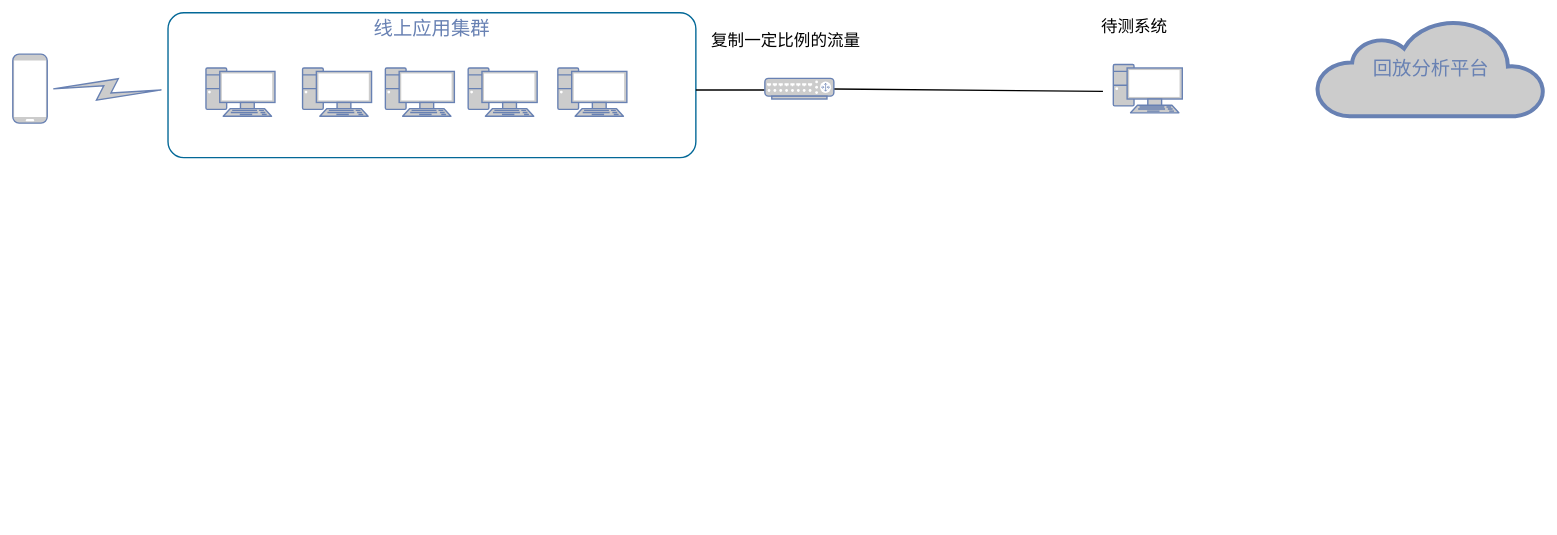
The draw.io diagram page "Page-2" (2 of 2) of Untitled Diagram.drawio in searchbb/searchbb.github.io, before the edit. Source tidied: cells renumbered, new cells numbered last; positions are measured from the earlier drawing's top-left corner, leaving out a move shared by most shapes. Both pictures are drawn from the tidied source at 69%, with x=0, y=0 at pixel (12, 12).
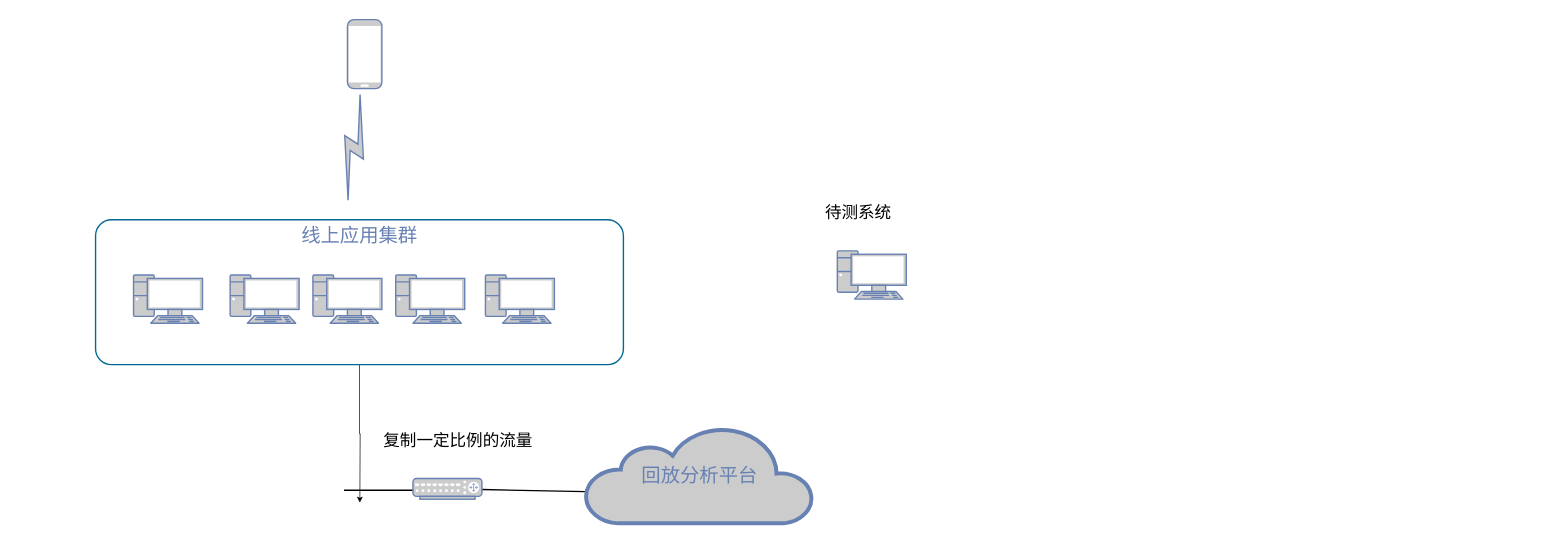
The same page after the edit.

Diff of the diagram source:
```diff
@@
+    <mxCell id="17" style="edgeStyle=orthogonalEdgeStyle;rounded=0;jettySize=auto;html=1;" parent="1" edge="1" source="2">
+      <mxGeometry relative="1" as="geometry">
+        <mxPoint x="503" y="710" as="targetPoint" />
+      </mxGeometry>
+    </mxCell>
     <mxCell id="2" value="线上应用集群" style="rounded=1;whiteSpace=wrap;html=1;shadow=0;comic=0;strokeColor=#036897;strokeWidth=2;fillColor=none;fontFamily=Verdana;fontSize=28;fontColor=#6881B3;align=center;arcSize=11;verticalAlign=top;" parent="1" vertex="1">
-      <mxGeometry x="225" width="765" height="210" as="geometry" />
+      <mxGeometry x="120" y="300" width="765" height="210" as="geometry" />
     </mxCell>
     <mxCell id="3" style="edgeStyle=orthogonalEdgeStyle;html=1;labelBackgroundColor=none;endArrow=none;endFill=0;strokeWidth=2;fontFamily=Verdana;fontSize=15;fontColor=#036897;" parent="1" edge="1" target="5">
       <mxGeometry relative="1" as="geometry">
-        <mxPoint x="990" y="112" as="sourcePoint" />
+        <mxPoint x="480" y="692" as="sourcePoint" />
         <Array as="points">
-          <mxPoint x="1040" y="112" />
-          <mxPoint x="1040" y="112" />
+          <mxPoint x="530" y="692" />
+          <mxPoint x="530" y="692" />
         </Array>
       </mxGeometry>
     </mxCell>
     <mxCell id="4" style="edgeStyle=none;html=1;labelBackgroundColor=none;endArrow=none;endFill=0;strokeWidth=2;fontFamily=Verdana;fontSize=15;fontColor=#036897;" parent="1" edge="1" source="5">
       <mxGeometry relative="1" as="geometry">
-        <mxPoint x="1580" y="114" as="targetPoint" />
+        <mxPoint x="830" y="694" as="targetPoint" />
       </mxGeometry>
     </mxCell>
     <mxCell id="5" style="fontColor=#0066CC;verticalAlign=top;verticalLabelPosition=bottom;labelPosition=center;align=center;html=1;fillColor=#CCCCCC;strokeColor=#6881B3;gradientColor=none;gradientDirection=north;strokeWidth=2;shape=mxgraph.networks.router;rounded=0;shadow=0;comic=0;" parent="1" vertex="1">
-      <mxGeometry x="1090" y="95" width="100" height="30" as="geometry" />
+      <mxGeometry x="580" y="675" width="100" height="30" as="geometry" />
     </mxCell>
     <mxCell id="6" style="fontColor=#0066CC;verticalAlign=top;verticalLabelPosition=bottom;labelPosition=center;align=center;html=1;fillColor=#CCCCCC;strokeColor=#6881B3;gradientColor=none;gradientDirection=north;strokeWidth=2;shape=mxgraph.networks.pc;rounded=0;shadow=0;comic=0;" parent="1" vertex="1">
-      <mxGeometry x="280" y="80" width="100" height="70" as="geometry" />
+      <mxGeometry x="175" y="380" width="100" height="70" as="geometry" />
     </mxCell>
     <mxCell id="7" style="fontColor=#0066CC;verticalAlign=top;verticalLabelPosition=bottom;labelPosition=center;align=center;html=1;fillColor=#CCCCCC;strokeColor=#6881B3;gradientColor=none;gradientDirection=north;strokeWidth=2;shape=mxgraph.networks.pc;rounded=0;shadow=0;comic=0;" parent="1" vertex="1">
-      <mxGeometry x="420" y="80" width="100" height="70" as="geometry" />
+      <mxGeometry x="315" y="380" width="100" height="70" as="geometry" />
     </mxCell>
     <mxCell id="8" style="fontColor=#0066CC;verticalAlign=top;verticalLabelPosition=bottom;labelPosition=center;align=center;html=1;fillColor=#CCCCCC;strokeColor=#6881B3;gradientColor=none;gradientDirection=north;strokeWidth=2;shape=mxgraph.networks.pc;rounded=0;shadow=0;comic=0;" parent="1" vertex="1">
-      <mxGeometry x="540" y="80" width="100" height="70" as="geometry" />
+      <mxGeometry x="435" y="380" width="100" height="70" as="geometry" />
     </mxCell>
     <mxCell id="9" style="fontColor=#0066CC;verticalAlign=top;verticalLabelPosition=bottom;labelPosition=center;align=center;html=1;fillColor=#CCCCCC;strokeColor=#6881B3;gradientColor=none;gradientDirection=north;strokeWidth=2;shape=mxgraph.networks.pc;rounded=0;shadow=0;comic=0;" parent="1" vertex="1">
-      <mxGeometry x="660" y="80" width="100" height="70" as="geometry" />
+      <mxGeometry x="555" y="380" width="100" height="70" as="geometry" />
     </mxCell>
     <mxCell id="10" style="fontColor=#0066CC;verticalAlign=top;verticalLabelPosition=bottom;labelPosition=center;align=center;html=1;fillColor=#CCCCCC;strokeColor=#6881B3;gradientColor=none;gradientDirection=north;strokeWidth=2;shape=mxgraph.networks.pc;rounded=0;shadow=0;comic=0;" parent="1" vertex="1">
-      <mxGeometry x="790" y="80" width="100" height="70" as="geometry" />
+      <mxGeometry x="685" y="380" width="100" height="70" as="geometry" />
     </mxCell>
-    <mxCell id="11" style="html=1;fillColor=#CCCCCC;strokeColor=#6881B3;gradientColor=none;gradientDirection=north;strokeWidth=2;shape=mxgraph.networks.comm_link_edge;html=1;labelBackgroundColor=none;endArrow=none;endFill=0;fontFamily=Verdana;fontSize=20;exitX=-0.001;exitY=0.533;exitDx=0;exitDy=0;exitPerimeter=0;" parent="1" edge="1" source="2" target="12">
-      <mxGeometry relative="1" as="geometry" />
+    <mxCell id="11" style="html=1;fillColor=#CCCCCC;strokeColor=#6881B3;gradientColor=none;gradientDirection=north;strokeWidth=2;shape=mxgraph.networks.comm_link_edge;html=1;labelBackgroundColor=none;endArrow=none;endFill=0;fontFamily=Verdana;fontSize=20;" parent="1" edge="1" target="12">
+      <mxGeometry relative="1" as="geometry">
+        <mxPoint x="485" y="280" as="sourcePoint" />
+      </mxGeometry>
     </mxCell>
     <mxCell id="12" style="fontColor=#0066CC;verticalAlign=top;verticalLabelPosition=bottom;labelPosition=center;align=center;html=1;fillColor=#CCCCCC;strokeColor=#6881B3;gradientColor=none;gradientDirection=north;strokeWidth=2;shape=mxgraph.networks.mobile;rounded=0;shadow=0;comic=0;" parent="1" vertex="1">
-      <mxGeometry y="60" width="50" height="100" as="geometry" />
+      <mxGeometry x="485" y="10" width="50" height="100" as="geometry" />
     </mxCell>
     <mxCell id="13" value="回放分析平台" style="html=1;fillColor=#CCCCCC;strokeColor=#6881B3;gradientColor=none;gradientDirection=north;strokeWidth=2;shape=mxgraph.networks.cloud;fontColor=#6881B3;rounded=0;shadow=0;comic=0;align=center;fontSize=28;" parent="1" vertex="1">
-      <mxGeometry x="1890" y="10" width="330" height="140" as="geometry" />
+      <mxGeometry x="830" y="600" width="330" height="140" as="geometry" />
     </mxCell>
     <mxCell id="14" value="&lt;font style=&quot;font-size: 24px&quot;&gt;复制一定比例的流量&lt;/font&gt;" style="text;html=1;align=center;verticalAlign=middle;strokeColor=none;" parent="1" vertex="1">
-      <mxGeometry x="1005" y="30" width="230" height="20" as="geometry" />
+      <mxGeometry x="530" y="610" width="230" height="20" as="geometry" />
     </mxCell>
     <mxCell id="15" style="fontColor=#0066CC;verticalAlign=top;verticalLabelPosition=bottom;labelPosition=center;align=center;html=1;fillColor=#CCCCCC;strokeColor=#6881B3;gradientColor=none;gradientDirection=north;strokeWidth=2;shape=mxgraph.networks.pc;rounded=0;shadow=0;comic=0;" parent="1" vertex="1">
-      <mxGeometry x="1595" y="75" width="100" height="70" as="geometry" />
+      <mxGeometry x="1195" y="345" width="100" height="70" as="geometry" />
     </mxCell>
     <mxCell id="16" value="&lt;font style=&quot;font-size: 24px&quot;&gt;待测系统&lt;/font&gt;" style="text;html=1;align=center;verticalAlign=middle;strokeColor=none;" parent="1" vertex="1">
-      <mxGeometry x="1570" y="10" width="110" height="20" as="geometry" />
+      <mxGeometry x="1170" y="280" width="110" height="20" as="geometry" />
     </mxCell>
```
